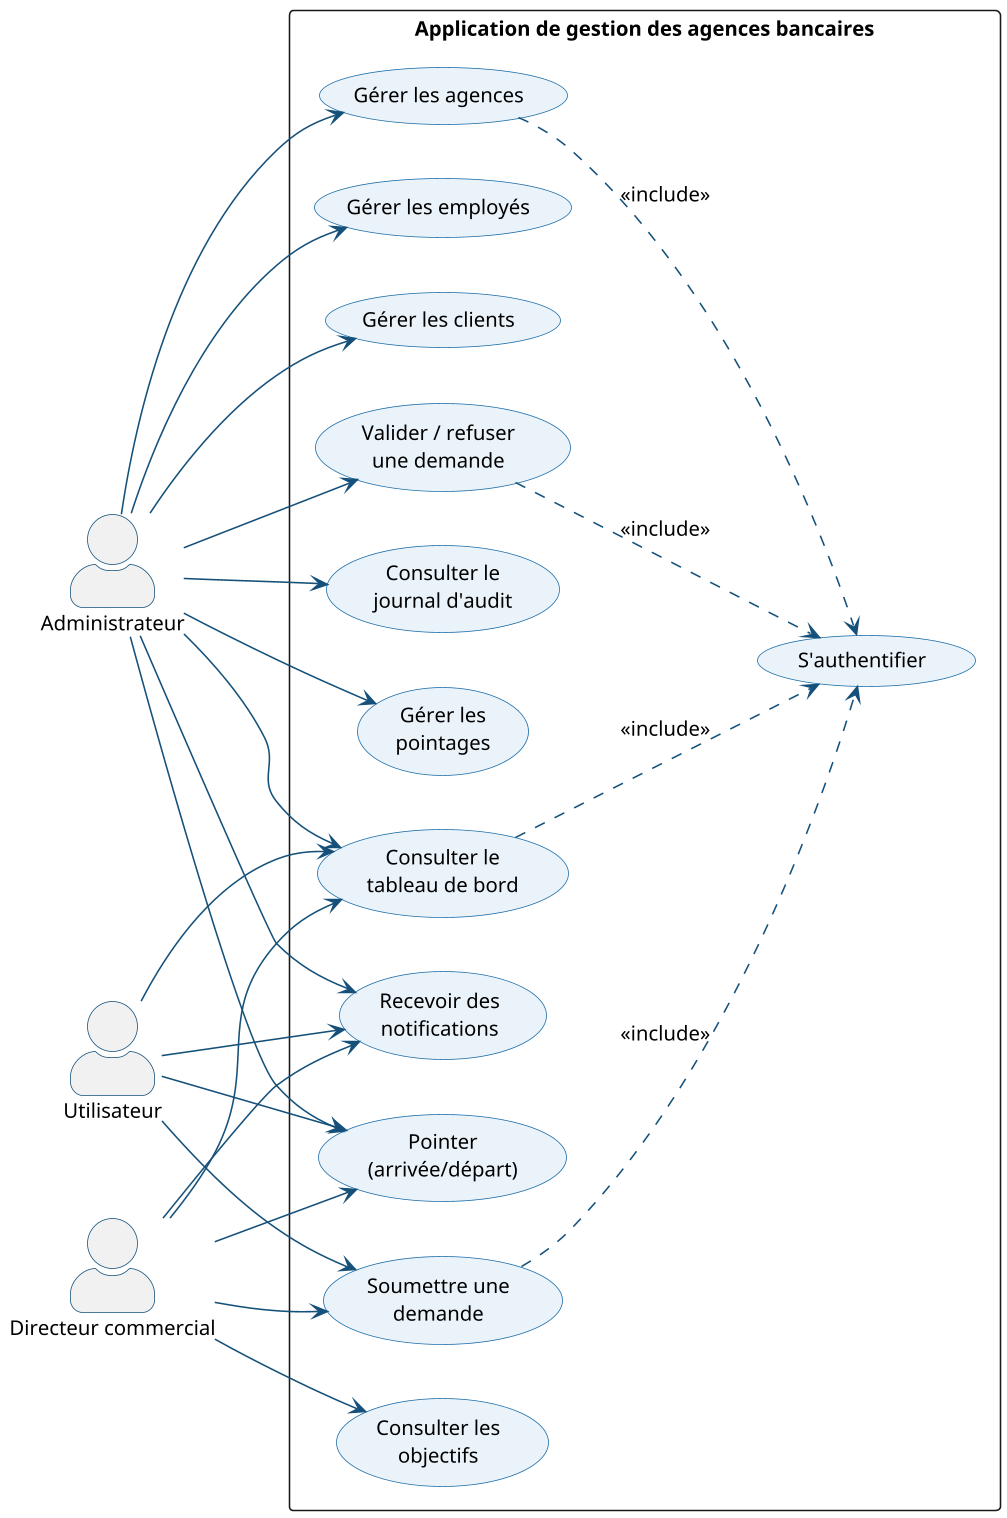
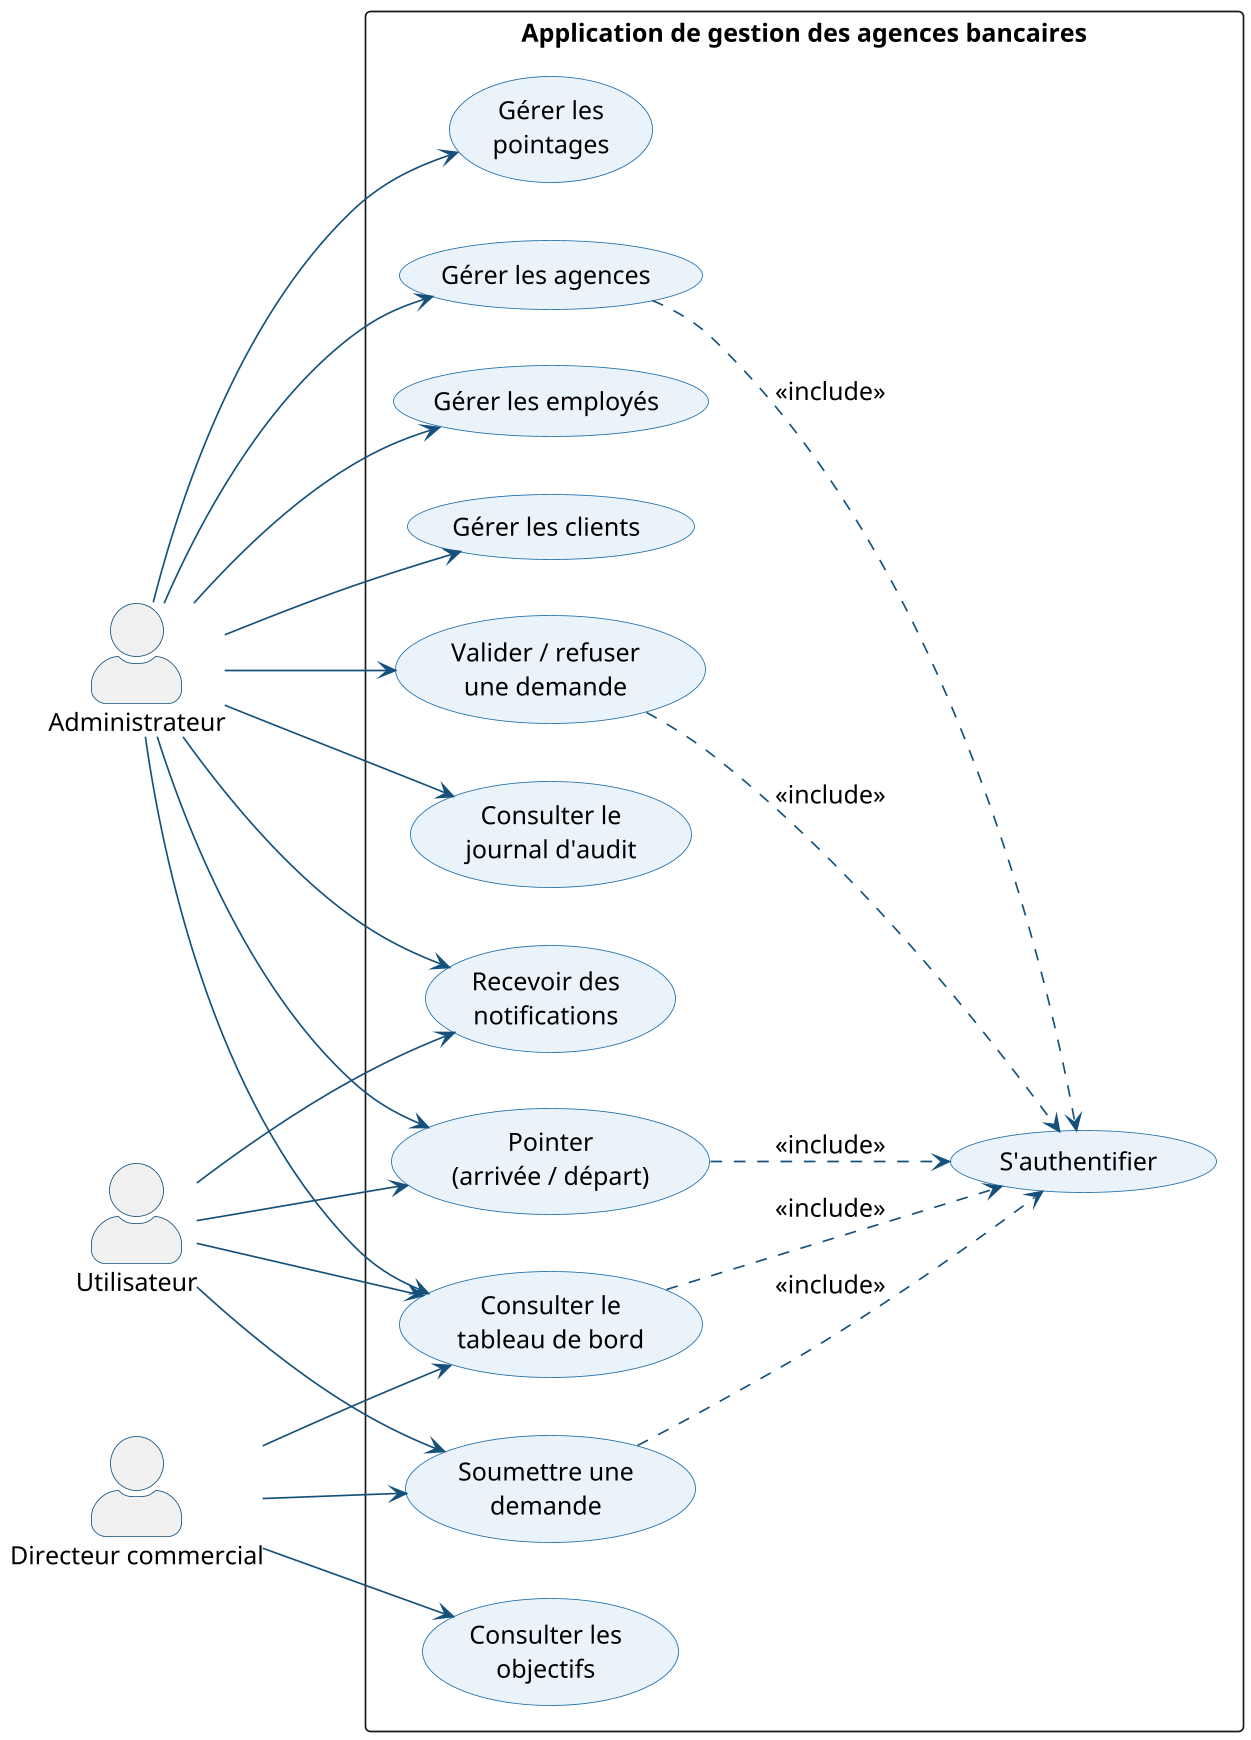
@startuml
- 
- skinparam dpi 150
+ skinparam dpi 160
skinparam shadowing false
skinparam DefaultFontName Arial
- skinparam DefaultFontSize 13
+ skinparam DefaultFontSize 15
skinparam ArrowColor #14507A
skinparam roundCorner 6
- 
left to right direction
skinparam packageStyle rectangle
skinparam actorStyle awesome
skinparam usecaseBackgroundColor #EAF3FA
skinparam usecaseBorderColor #1B6CA8
skinparam actorBorderColor #14507A
+ skinparam nodesep 34
+ skinparam ranksep 75
+ 
actor "Administrateur" as ADM
actor "Directeur commercial" as DIR
actor "Utilisateur" as USR
rectangle "Application de gestion des agences bancaires" {
  usecase "S'authentifier" as UC0
  usecase "Consulter le\ntableau de bord" as UC1
  usecase "Gérer les agences" as UC2
  usecase "Gérer les employés" as UC3
  usecase "Gérer les clients" as UC4
  usecase "Consulter les\nobjectifs" as UC5
  usecase "Soumettre une\ndemande" as UC6
  usecase "Valider / refuser\nune demande" as UC7
  usecase "Consulter le\njournal d'audit" as UC8
  usecase "Recevoir des\nnotifications" as UC9
-   usecase "Pointer\n(arrivée/départ)" as UC10
+   usecase "Pointer\n(arrivée / départ)" as UC10
  usecase "Gérer les\npointages" as UC11
}
ADM --> UC1
ADM --> UC2
ADM --> UC3
ADM --> UC4
ADM --> UC7
ADM --> UC8
ADM --> UC9
+ ADM --> UC11
DIR --> UC1
DIR --> UC5
DIR --> UC6
- DIR --> UC9
USR --> UC1
USR --> UC6
USR --> UC9
+ USR --> UC10
ADM --> UC10
- DIR --> UC10
- USR --> UC10
- ADM --> UC11
UC1 ..> UC0 : <<include>>
UC2 ..> UC0 : <<include>>
UC6 ..> UC0 : <<include>>
UC7 ..> UC0 : <<include>>
- @enduml
+ UC10 ..> UC0 : <<include>>
+ @enduml